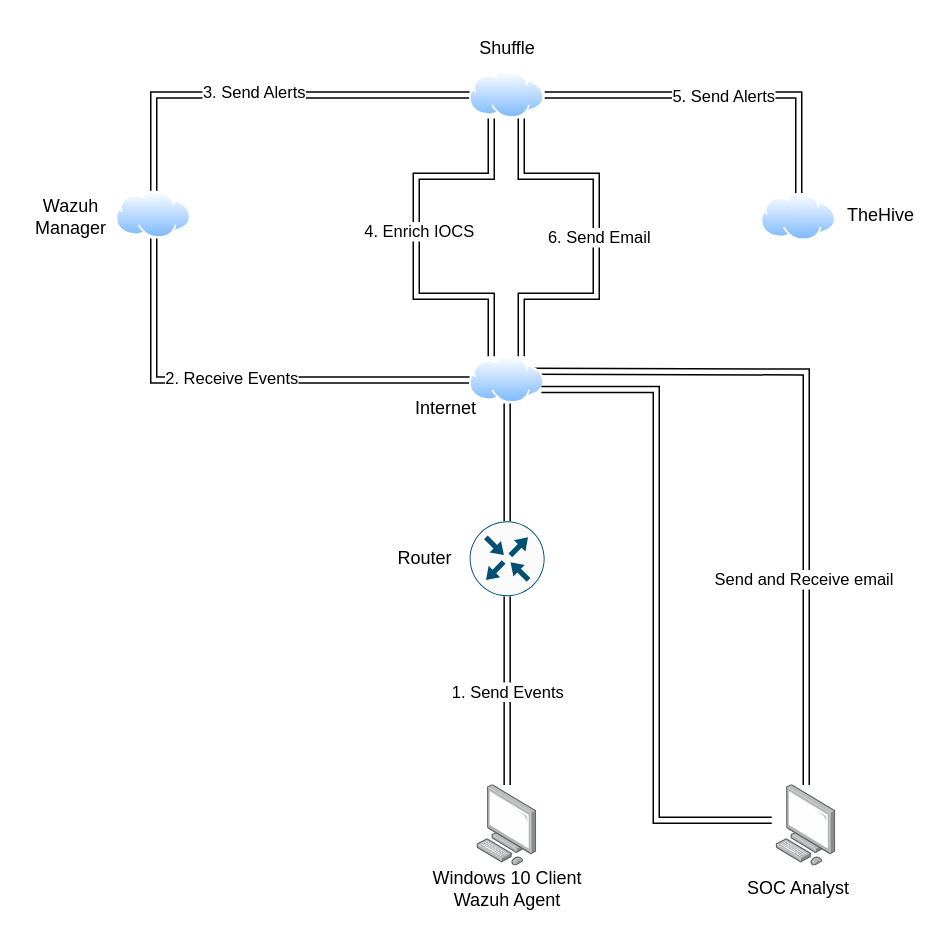
Earlier version of the draw.io diagram SOC-Automation.drawio (Hash-Horizon/SOC-Automation). Source tidied: cells renumbered, new cells numbered last; positions are measured from the earlier drawing's top-left corner, leaving out a move shared by most shapes. Both pictures are drawn from the tidied source at 150%, with x=0, y=0 at pixel (26, 26).
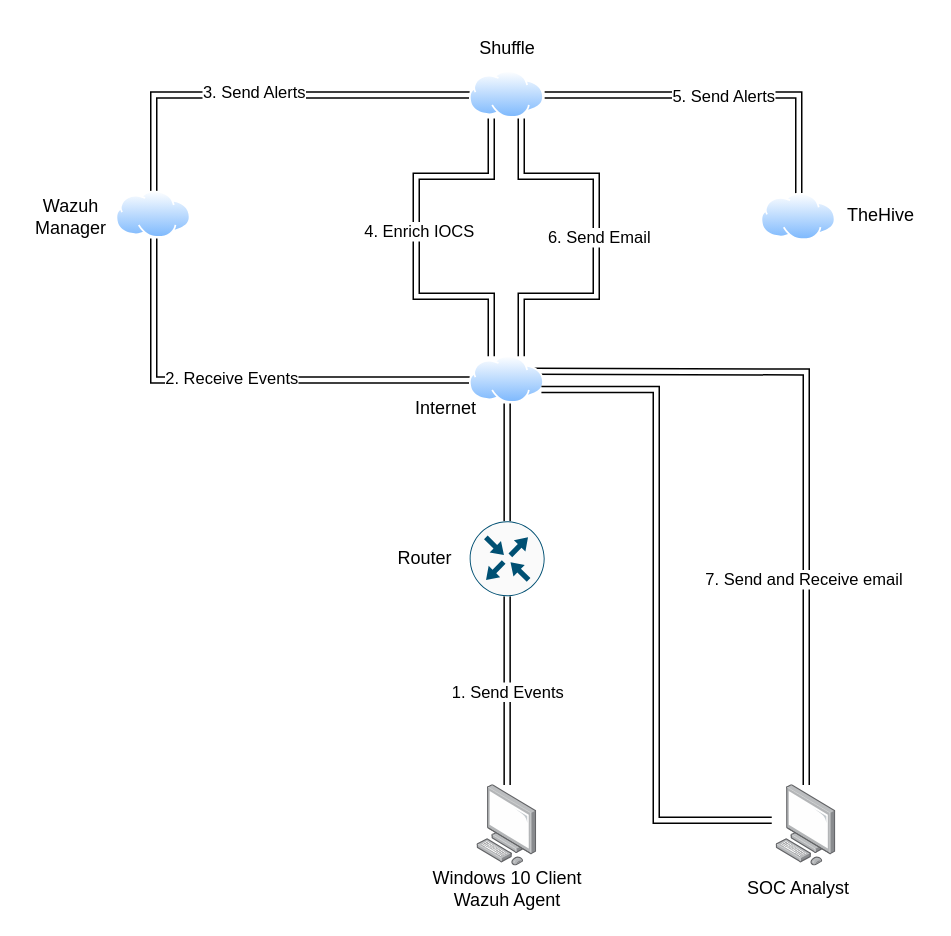
After the change.

Unchanged cells that the change refers to:
```xml
<mxCell id="7" style="edgeStyle=orthogonalEdgeStyle;rounded=0;jettySize=auto;html=1;shape=link;" parent="1" edge="1" target="25">
  <mxGeometry relative="1" as="geometry">
    <mxPoint x="338" y="230" as="sourcePoint" />
  </mxGeometry>
</mxCell>
```

The edit, as a diff of the source:
```diff
@@
-    <mxCell id="8" value="Send and Receive email&amp;nbsp;" style="edgeLabel;html=1;align=center;verticalAlign=middle;" parent="7" vertex="1">
+    <mxCell id="8" value="7. Send and Receive email&amp;nbsp;" style="edgeLabel;html=1;align=center;verticalAlign=middle;" parent="7" vertex="1">
       <mxGeometry x="0.4" y="-1" relative="1" as="geometry" />
     </mxCell>
```
